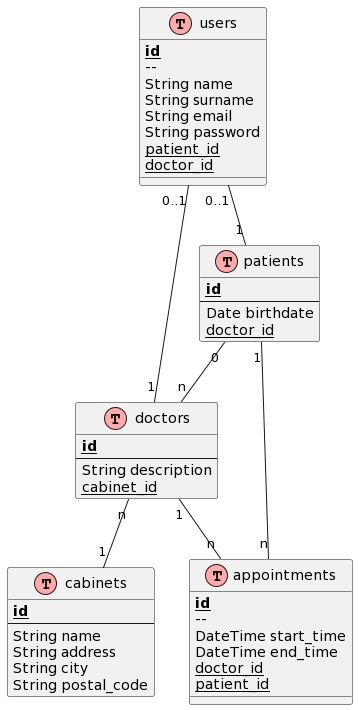
Before: other/schema.png, a diagram exported from PlantUML (FaysLeChat/IUT-Medical). Source of this version:
```plantuml
@startuml
!define Table(name,desc) class name as "desc" << (T,#FFAAAA) >>
!define PK(x) <b><u>x</u></b>
!define FK(x) <u>x</u>

Table(users, "users") {
  PK(id)
  --
  String name
  String surname
  String email
  String password
  FK(patient_id)
  FK(doctor_id)
}

Table(doctors, "doctors") {
  PK(id)
  --
  String description
  FK(cabinet_id)
}

Table(cabinets, "cabinets") {
  PK(id)
  --
  String name
  String address
  String city
  String postal_code
}

Table(patients, "patients") {
  PK(id)
  --
  Date birthdate
  FK(doctor_id)
}

Table(appointments, "appointments") {
  PK(id)
  --
  DateTime start_time
  DateTime end_time
  FK(doctor_id)
  FK(patient_id)
}

users "0..1" -- "1" patients
users "0..1" -- "1" doctors
doctors "n" -- "1" cabinets
patients "0" -- "n" doctors
doctors "1" -- "n" appointments
patients "1" -- "n" appointments
@enduml
```
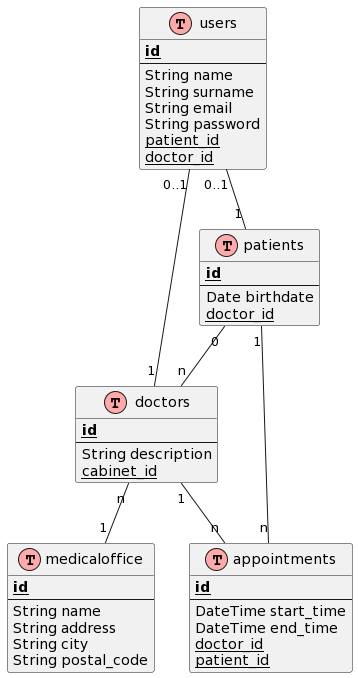
The same file after the commit.

Commit message:
Modification de "cabinets" à "medicaloffice" pour mettre tout angliser

Diff of the diagram source:
```diff
@@ -21,7 +21,7 @@
   FK(cabinet_id)
 }
 
-Table(cabinets, "cabinets") {
+Table("medicaloffice", "medicaloffice") {
   PK(id)
   --
   String name
@@ -48,7 +48,7 @@
 
 users "0..1" -- "1" patients
 users "0..1" -- "1" doctors
-doctors "n" -- "1" cabinets
+doctors "n" -- "1" medicaloffice
 patients "0" -- "n" doctors
 doctors "1" -- "n" appointments
 patients "1" -- "n" appointments
```
